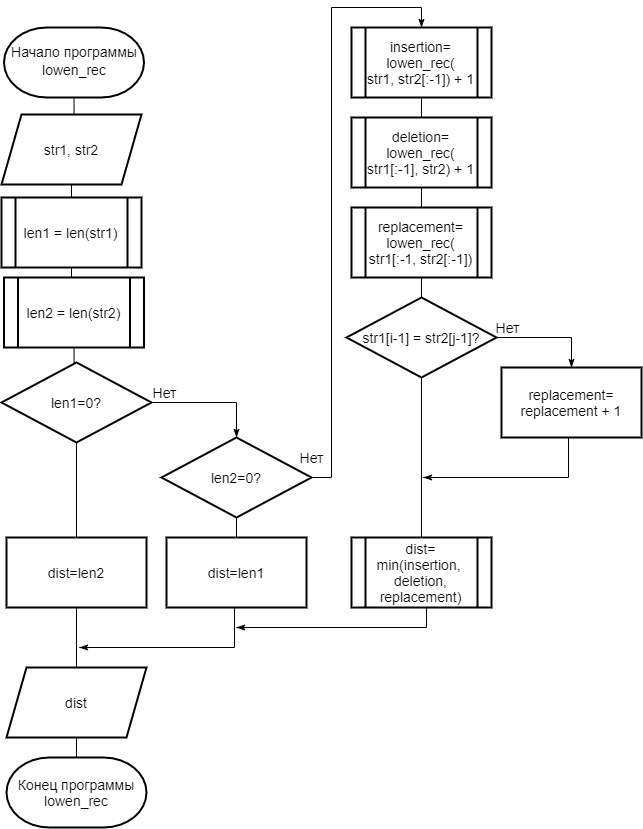
Before: lab1/report/inc/img/l_recursion_classic.png, a diagram exported from draw.io (alena-zayts/BMSTU_5sem_analysis_of_algorithms). Source tidied: cells renumbered, new cells last; positions are measured from the earlier drawing's top-left corner, leaving out a move shared by most shapes. The source it was exported from:
```xml
<mxGraphModel>
  <root>
    <mxCell id="0" />
    <mxCell id="1" parent="0" />
    <mxCell id="2" value="&lt;font style=&quot;font-size: 14px&quot;&gt;Начало программы&lt;br&gt;&lt;span style=&quot;line-height: 150%&quot;&gt;lowen_rec&lt;/span&gt;&lt;/font&gt;" style="strokeWidth=2;html=1;shape=mxgraph.flowchart.terminator;whiteSpace=wrap;fontSize=14;fontFamily=Helvetica;" parent="1" vertex="1">
      <mxGeometry x="2.5" y="20" width="140" height="70" as="geometry" />
    </mxCell>
    <mxCell id="3" style="edgeStyle=orthogonalEdgeStyle;rounded=0;jettySize=auto;html=1;exitX=0.5;exitY=0;exitDx=0;exitDy=0;entryX=0.5;entryY=1;entryDx=0;entryDy=0;entryPerimeter=0;endArrow=none;endFill=0;" parent="1" edge="1" source="4" target="2">
      <mxGeometry relative="1" as="geometry" />
    </mxCell>
    <mxCell id="4" value="str1, str2" style="shape=parallelogram;perimeter=parallelogramPerimeter;whiteSpace=wrap;html=1;fixedSize=1;strokeWidth=2;fontSize=14;" parent="1" vertex="1">
      <mxGeometry y="107" width="140" height="70" as="geometry" />
    </mxCell>
    <mxCell id="5" style="edgeStyle=orthogonalEdgeStyle;rounded=0;jettySize=auto;html=1;exitX=0.5;exitY=0;exitDx=0;exitDy=0;entryX=0.5;entryY=1;entryDx=0;entryDy=0;endArrow=none;endFill=0;" parent="1" edge="1" source="6" target="8">
      <mxGeometry relative="1" as="geometry" />
    </mxCell>
    <mxCell id="6" value="len2 = len(str2)" style="shape=process;whiteSpace=wrap;html=1;backgroundOutline=1;strokeWidth=2;fontSize=14;" parent="1" vertex="1">
      <mxGeometry x="2.5" y="270" width="140" height="70" as="geometry" />
    </mxCell>
    <mxCell id="7" style="edgeStyle=orthogonalEdgeStyle;rounded=0;jettySize=auto;html=1;exitX=0.5;exitY=0;exitDx=0;exitDy=0;entryX=0.5;entryY=1;entryDx=0;entryDy=0;endArrow=none;endFill=0;" parent="1" edge="1" source="8" target="4">
      <mxGeometry relative="1" as="geometry" />
    </mxCell>
    <mxCell id="8" value="len1 = len(str1)" style="shape=process;whiteSpace=wrap;html=1;backgroundOutline=1;strokeWidth=2;fontSize=14;" parent="1" vertex="1">
      <mxGeometry y="190" width="140" height="70" as="geometry" />
    </mxCell>
    <mxCell id="9" value="Нет" style="edgeStyle=orthogonalEdgeStyle;rounded=0;jettySize=auto;html=1;exitX=1;exitY=0.5;exitDx=0;exitDy=0;entryX=0.5;entryY=0;entryDx=0;entryDy=0;endArrow=classicThin;endFill=1;fontSize=14;" parent="1" edge="1" source="12" target="20">
      <mxGeometry x="-0.79" y="10" relative="1" as="geometry" />
    </mxCell>
    <mxCell id="10" style="edgeStyle=orthogonalEdgeStyle;rounded=0;jettySize=auto;html=1;exitX=0.5;exitY=0;exitDx=0;exitDy=0;entryX=0.5;entryY=1;entryDx=0;entryDy=0;endArrow=none;endFill=0;" parent="1" edge="1" source="12" target="6">
      <mxGeometry relative="1" as="geometry" />
    </mxCell>
    <mxCell id="11" style="edgeStyle=orthogonalEdgeStyle;rounded=0;jettySize=auto;html=1;entryX=0.5;entryY=0;entryDx=0;entryDy=0;endArrow=none;endFill=0;" parent="1" edge="1" source="12" target="17">
      <mxGeometry relative="1" as="geometry" />
    </mxCell>
    <mxCell id="12" value="&lt;span style=&quot;font-size: 14px&quot;&gt;len1=0?&lt;/span&gt;" style="rhombus;whiteSpace=wrap;html=1;strokeWidth=2;fontSize=14;" parent="1" vertex="1">
      <mxGeometry y="355" width="150" height="80" as="geometry" />
    </mxCell>
    <mxCell id="13" value="Конец программы lowen_rec" style="strokeWidth=2;html=1;shape=mxgraph.flowchart.terminator;whiteSpace=wrap;fontSize=14;" parent="1" vertex="1">
      <mxGeometry x="5" y="750" width="140" height="70" as="geometry" />
    </mxCell>
    <mxCell id="14" style="edgeStyle=orthogonalEdgeStyle;rounded=0;jettySize=auto;html=1;exitX=0.5;exitY=1;exitDx=0;exitDy=0;entryX=0.5;entryY=0;entryDx=0;entryDy=0;entryPerimeter=0;endArrow=none;endFill=0;" parent="1" edge="1" source="15" target="13">
      <mxGeometry relative="1" as="geometry" />
    </mxCell>
    <mxCell id="15" value="dist" style="shape=parallelogram;perimeter=parallelogramPerimeter;whiteSpace=wrap;html=1;fixedSize=1;strokeWidth=2;fontSize=14;" parent="1" vertex="1">
      <mxGeometry x="5" y="660" width="140" height="70" as="geometry" />
    </mxCell>
    <mxCell id="16" style="edgeStyle=orthogonalEdgeStyle;rounded=0;jettySize=auto;html=1;exitX=0.5;exitY=1;exitDx=0;exitDy=0;entryX=0.5;entryY=0;entryDx=0;entryDy=0;endArrow=none;endFill=0;" parent="1" edge="1" source="17" target="15">
      <mxGeometry relative="1" as="geometry" />
    </mxCell>
    <mxCell id="17" value="dist=len2" style="rounded=0;whiteSpace=wrap;html=1;strokeWidth=2;fontSize=14;" parent="1" vertex="1">
      <mxGeometry x="5" y="530" width="140" height="70" as="geometry" />
    </mxCell>
    <mxCell id="18" value="Нет" style="edgeStyle=orthogonalEdgeStyle;rounded=0;jettySize=auto;html=1;exitX=1;exitY=0.5;exitDx=0;exitDy=0;entryX=0.5;entryY=0;entryDx=0;entryDy=0;endArrow=classicThin;endFill=1;fontSize=14;" parent="1" edge="1" source="20" target="24">
      <mxGeometry x="-0.87" y="20" relative="1" as="geometry">
        <Array as="points">
          <mxPoint x="330" y="470" />
          <mxPoint x="330" />
          <mxPoint x="420" />
        </Array>
      </mxGeometry>
    </mxCell>
    <mxCell id="19" style="edgeStyle=orthogonalEdgeStyle;rounded=0;jettySize=auto;html=1;exitX=0.5;exitY=1;exitDx=0;exitDy=0;entryX=0.5;entryY=0;entryDx=0;entryDy=0;endArrow=none;endFill=0;" parent="1" edge="1" source="20" target="22">
      <mxGeometry relative="1" as="geometry" />
    </mxCell>
    <mxCell id="20" value="&lt;span style=&quot;font-size: 14px&quot;&gt;len2=0?&lt;/span&gt;" style="rhombus;whiteSpace=wrap;html=1;strokeWidth=2;fontSize=14;" parent="1" vertex="1">
      <mxGeometry x="160" y="430" width="150" height="80" as="geometry" />
    </mxCell>
    <mxCell id="21" style="edgeStyle=orthogonalEdgeStyle;rounded=0;orthogonalLoop=1;jettySize=auto;html=1;exitX=0.5;exitY=1;exitDx=0;exitDy=0;endArrow=classicThin;endFill=1;" parent="1" edge="1">
      <mxGeometry relative="1" as="geometry">
        <mxPoint x="233" y="600" as="sourcePoint" />
        <mxPoint x="78" y="640" as="targetPoint" />
        <Array as="points">
          <mxPoint x="233" y="640" />
          <mxPoint x="78" y="640" />
        </Array>
      </mxGeometry>
    </mxCell>
    <mxCell id="22" value="dist=len1" style="rounded=0;whiteSpace=wrap;html=1;strokeWidth=2;fontSize=14;" parent="1" vertex="1">
      <mxGeometry x="165" y="530" width="140" height="70" as="geometry" />
    </mxCell>
    <mxCell id="23" style="edgeStyle=orthogonalEdgeStyle;rounded=0;jettySize=auto;html=1;exitX=0.5;exitY=1;exitDx=0;exitDy=0;entryX=0.5;entryY=0;entryDx=0;entryDy=0;endArrow=none;endFill=0;" parent="1" edge="1" source="24" target="26">
      <mxGeometry relative="1" as="geometry" />
    </mxCell>
    <mxCell id="24" value="insertion=&lt;br&gt;lowen_rec(&lt;br&gt;str1, str2[:-1]) + 1" style="shape=process;whiteSpace=wrap;html=1;backgroundOutline=1;strokeWidth=2;fontSize=14;" parent="1" vertex="1">
      <mxGeometry x="350" y="20" width="140" height="70" as="geometry" />
    </mxCell>
    <mxCell id="25" style="edgeStyle=orthogonalEdgeStyle;rounded=0;jettySize=auto;html=1;exitX=0.5;exitY=1;exitDx=0;exitDy=0;entryX=0.5;entryY=0;entryDx=0;entryDy=0;endArrow=none;endFill=0;" parent="1" edge="1" source="26" target="28">
      <mxGeometry relative="1" as="geometry" />
    </mxCell>
    <mxCell id="26" value="deletion=&lt;br&gt;lowen_rec(&lt;br&gt;str1[:-1], str2) + 1" style="shape=process;whiteSpace=wrap;html=1;backgroundOutline=1;strokeWidth=2;fontSize=14;" parent="1" vertex="1">
      <mxGeometry x="350" y="110" width="140" height="70" as="geometry" />
    </mxCell>
    <mxCell id="27" style="edgeStyle=orthogonalEdgeStyle;rounded=0;jettySize=auto;html=1;exitX=0.5;exitY=1;exitDx=0;exitDy=0;entryX=0.5;entryY=0;entryDx=0;entryDy=0;endArrow=none;endFill=0;" parent="1" edge="1" source="28" target="31">
      <mxGeometry relative="1" as="geometry" />
    </mxCell>
    <mxCell id="28" value="replacement=&lt;br&gt;lowen_rec(&lt;br&gt;str1[:-1, str2[:-1])" style="shape=process;whiteSpace=wrap;html=1;backgroundOutline=1;strokeWidth=2;fontSize=14;" parent="1" vertex="1">
      <mxGeometry x="350" y="200" width="140" height="70" as="geometry" />
    </mxCell>
    <mxCell id="29" value="Нет" style="edgeStyle=orthogonalEdgeStyle;rounded=0;jettySize=auto;html=1;exitX=1;exitY=0.5;exitDx=0;exitDy=0;entryX=0.5;entryY=0;entryDx=0;entryDy=0;endArrow=classicThin;endFill=1;fontSize=14;" parent="1" edge="1" source="31" target="33">
      <mxGeometry x="-0.79" y="10" relative="1" as="geometry" />
    </mxCell>
    <mxCell id="30" style="edgeStyle=orthogonalEdgeStyle;rounded=0;jettySize=auto;html=1;exitX=0.5;exitY=1;exitDx=0;exitDy=0;entryX=0.5;entryY=0;entryDx=0;entryDy=0;endArrow=none;endFill=0;" parent="1" edge="1" source="31" target="35">
      <mxGeometry relative="1" as="geometry" />
    </mxCell>
    <mxCell id="31" value="&lt;span style=&quot;font-size: 14px&quot;&gt;str1[i-1] = str2[j-1]?&lt;/span&gt;" style="rhombus;whiteSpace=wrap;html=1;strokeWidth=2;fontSize=14;" parent="1" vertex="1">
      <mxGeometry x="345" y="290" width="150" height="80" as="geometry" />
    </mxCell>
    <mxCell id="32" style="edgeStyle=orthogonalEdgeStyle;rounded=0;orthogonalLoop=1;jettySize=auto;html=1;endArrow=classicThin;endFill=1;" parent="1" edge="1">
      <mxGeometry relative="1" as="geometry">
        <mxPoint x="567" y="400" as="sourcePoint" />
        <mxPoint x="422" y="470" as="targetPoint" />
        <Array as="points">
          <mxPoint x="567" y="470" />
          <mxPoint x="422" y="470" />
        </Array>
      </mxGeometry>
    </mxCell>
    <mxCell id="33" value="replacement=&lt;br&gt;replacement + 1" style="rounded=0;whiteSpace=wrap;html=1;strokeWidth=2;fontSize=14;" parent="1" vertex="1">
      <mxGeometry x="500" y="360" width="140" height="70" as="geometry" />
    </mxCell>
    <mxCell id="34" style="edgeStyle=orthogonalEdgeStyle;rounded=0;orthogonalLoop=1;jettySize=auto;html=1;exitX=0.5;exitY=1;exitDx=0;exitDy=0;endArrow=classicThin;endFill=1;" parent="1" edge="1">
      <mxGeometry relative="1" as="geometry">
        <mxPoint x="425" y="600" as="sourcePoint" />
        <mxPoint x="235" y="620" as="targetPoint" />
        <Array as="points">
          <mxPoint x="425" y="620" />
          <mxPoint x="235" y="620" />
        </Array>
      </mxGeometry>
    </mxCell>
    <mxCell id="35" value="dist=&lt;br&gt;min(insertion,&amp;nbsp; deletion, replacement)" style="shape=process;whiteSpace=wrap;html=1;backgroundOutline=1;strokeWidth=2;fontSize=14;" parent="1" vertex="1">
      <mxGeometry x="350" y="530" width="140" height="70" as="geometry" />
    </mxCell>
  </root>
</mxGraphModel>
```
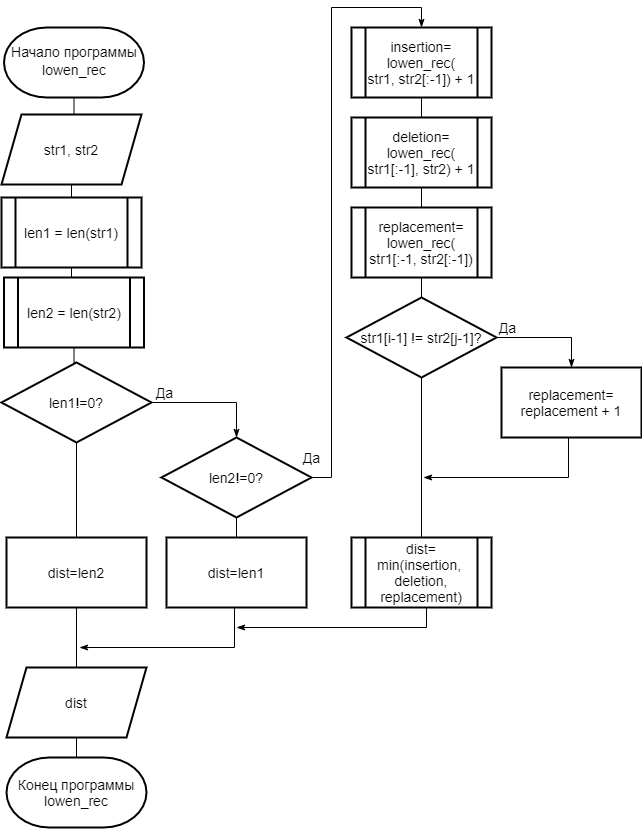
After the commit.

Diff of the diagram source:
```diff
@@ -23,7 +23,7 @@
     <mxCell id="8" value="len1 = len(str1)" style="shape=process;whiteSpace=wrap;html=1;backgroundOutline=1;strokeWidth=2;fontSize=14;" parent="1" vertex="1">
       <mxGeometry y="190" width="140" height="70" as="geometry" />
     </mxCell>
-    <mxCell id="9" value="Нет" style="edgeStyle=orthogonalEdgeStyle;rounded=0;jettySize=auto;html=1;exitX=1;exitY=0.5;exitDx=0;exitDy=0;entryX=0.5;entryY=0;entryDx=0;entryDy=0;endArrow=classicThin;endFill=1;fontSize=14;" parent="1" edge="1" source="12" target="20">
+    <mxCell id="9" value="Да" style="edgeStyle=orthogonalEdgeStyle;rounded=0;jettySize=auto;html=1;exitX=1;exitY=0.5;exitDx=0;exitDy=0;entryX=0.5;entryY=0;entryDx=0;entryDy=0;endArrow=classicThin;endFill=1;fontSize=14;" parent="1" edge="1" source="12" target="20">
       <mxGeometry x="-0.79" y="10" relative="1" as="geometry" />
     </mxCell>
     <mxCell id="10" style="edgeStyle=orthogonalEdgeStyle;rounded=0;jettySize=auto;html=1;exitX=0.5;exitY=0;exitDx=0;exitDy=0;entryX=0.5;entryY=1;entryDx=0;entryDy=0;endArrow=none;endFill=0;" parent="1" edge="1" source="12" target="6">
@@ -32,7 +32,7 @@
     <mxCell id="11" style="edgeStyle=orthogonalEdgeStyle;rounded=0;jettySize=auto;html=1;entryX=0.5;entryY=0;entryDx=0;entryDy=0;endArrow=none;endFill=0;" parent="1" edge="1" source="12" target="17">
       <mxGeometry relative="1" as="geometry" />
     </mxCell>
-    <mxCell id="12" value="&lt;span style=&quot;font-size: 14px&quot;&gt;len1=0?&lt;/span&gt;" style="rhombus;whiteSpace=wrap;html=1;strokeWidth=2;fontSize=14;" parent="1" vertex="1">
+    <mxCell id="12" value="&lt;span style=&quot;font-size: 14px&quot;&gt;len1!=0?&lt;/span&gt;" style="rhombus;whiteSpace=wrap;html=1;strokeWidth=2;fontSize=14;" parent="1" vertex="1">
       <mxGeometry y="355" width="150" height="80" as="geometry" />
     </mxCell>
     <mxCell id="13" value="Конец программы lowen_rec" style="strokeWidth=2;html=1;shape=mxgraph.flowchart.terminator;whiteSpace=wrap;fontSize=14;" parent="1" vertex="1">
@@ -50,7 +50,7 @@
     <mxCell id="17" value="dist=len2" style="rounded=0;whiteSpace=wrap;html=1;strokeWidth=2;fontSize=14;" parent="1" vertex="1">
       <mxGeometry x="5" y="530" width="140" height="70" as="geometry" />
     </mxCell>
-    <mxCell id="18" value="Нет" style="edgeStyle=orthogonalEdgeStyle;rounded=0;jettySize=auto;html=1;exitX=1;exitY=0.5;exitDx=0;exitDy=0;entryX=0.5;entryY=0;entryDx=0;entryDy=0;endArrow=classicThin;endFill=1;fontSize=14;" parent="1" edge="1" source="20" target="24">
+    <mxCell id="18" value="Да" style="edgeStyle=orthogonalEdgeStyle;rounded=0;jettySize=auto;html=1;exitX=1;exitY=0.5;exitDx=0;exitDy=0;entryX=0.5;entryY=0;entryDx=0;entryDy=0;endArrow=classicThin;endFill=1;fontSize=14;" parent="1" edge="1" source="20" target="24">
       <mxGeometry x="-0.87" y="20" relative="1" as="geometry">
         <Array as="points">
           <mxPoint x="330" y="470" />
@@ -62,7 +62,7 @@
     <mxCell id="19" style="edgeStyle=orthogonalEdgeStyle;rounded=0;jettySize=auto;html=1;exitX=0.5;exitY=1;exitDx=0;exitDy=0;entryX=0.5;entryY=0;entryDx=0;entryDy=0;endArrow=none;endFill=0;" parent="1" edge="1" source="20" target="22">
       <mxGeometry relative="1" as="geometry" />
     </mxCell>
-    <mxCell id="20" value="&lt;span style=&quot;font-size: 14px&quot;&gt;len2=0?&lt;/span&gt;" style="rhombus;whiteSpace=wrap;html=1;strokeWidth=2;fontSize=14;" parent="1" vertex="1">
+    <mxCell id="20" value="&lt;span style=&quot;font-size: 14px&quot;&gt;len2!=0?&lt;/span&gt;" style="rhombus;whiteSpace=wrap;html=1;strokeWidth=2;fontSize=14;" parent="1" vertex="1">
       <mxGeometry x="160" y="430" width="150" height="80" as="geometry" />
     </mxCell>
     <mxCell id="21" style="edgeStyle=orthogonalEdgeStyle;rounded=0;orthogonalLoop=1;jettySize=auto;html=1;exitX=0.5;exitY=1;exitDx=0;exitDy=0;endArrow=classicThin;endFill=1;" parent="1" edge="1">
@@ -96,13 +96,13 @@
     <mxCell id="28" value="replacement=&lt;br&gt;lowen_rec(&lt;br&gt;str1[:-1, str2[:-1])" style="shape=process;whiteSpace=wrap;html=1;backgroundOutline=1;strokeWidth=2;fontSize=14;" parent="1" vertex="1">
       <mxGeometry x="350" y="200" width="140" height="70" as="geometry" />
     </mxCell>
-    <mxCell id="29" value="Нет" style="edgeStyle=orthogonalEdgeStyle;rounded=0;jettySize=auto;html=1;exitX=1;exitY=0.5;exitDx=0;exitDy=0;entryX=0.5;entryY=0;entryDx=0;entryDy=0;endArrow=classicThin;endFill=1;fontSize=14;" parent="1" edge="1" source="31" target="33">
+    <mxCell id="29" value="Да" style="edgeStyle=orthogonalEdgeStyle;rounded=0;jettySize=auto;html=1;exitX=1;exitY=0.5;exitDx=0;exitDy=0;entryX=0.5;entryY=0;entryDx=0;entryDy=0;endArrow=classicThin;endFill=1;fontSize=14;" parent="1" edge="1" source="31" target="33">
       <mxGeometry x="-0.79" y="10" relative="1" as="geometry" />
     </mxCell>
     <mxCell id="30" style="edgeStyle=orthogonalEdgeStyle;rounded=0;jettySize=auto;html=1;exitX=0.5;exitY=1;exitDx=0;exitDy=0;entryX=0.5;entryY=0;entryDx=0;entryDy=0;endArrow=none;endFill=0;" parent="1" edge="1" source="31" target="35">
       <mxGeometry relative="1" as="geometry" />
     </mxCell>
-    <mxCell id="31" value="&lt;span style=&quot;font-size: 14px&quot;&gt;str1[i-1] = str2[j-1]?&lt;/span&gt;" style="rhombus;whiteSpace=wrap;html=1;strokeWidth=2;fontSize=14;" parent="1" vertex="1">
+    <mxCell id="31" value="&lt;span style=&quot;font-size: 14px&quot;&gt;str1[i-1] != str2[j-1]?&lt;/span&gt;" style="rhombus;whiteSpace=wrap;html=1;strokeWidth=2;fontSize=14;" parent="1" vertex="1">
       <mxGeometry x="345" y="290" width="150" height="80" as="geometry" />
     </mxCell>
     <mxCell id="32" style="edgeStyle=orthogonalEdgeStyle;rounded=0;orthogonalLoop=1;jettySize=auto;html=1;endArrow=classicThin;endFill=1;" parent="1" edge="1">
```
